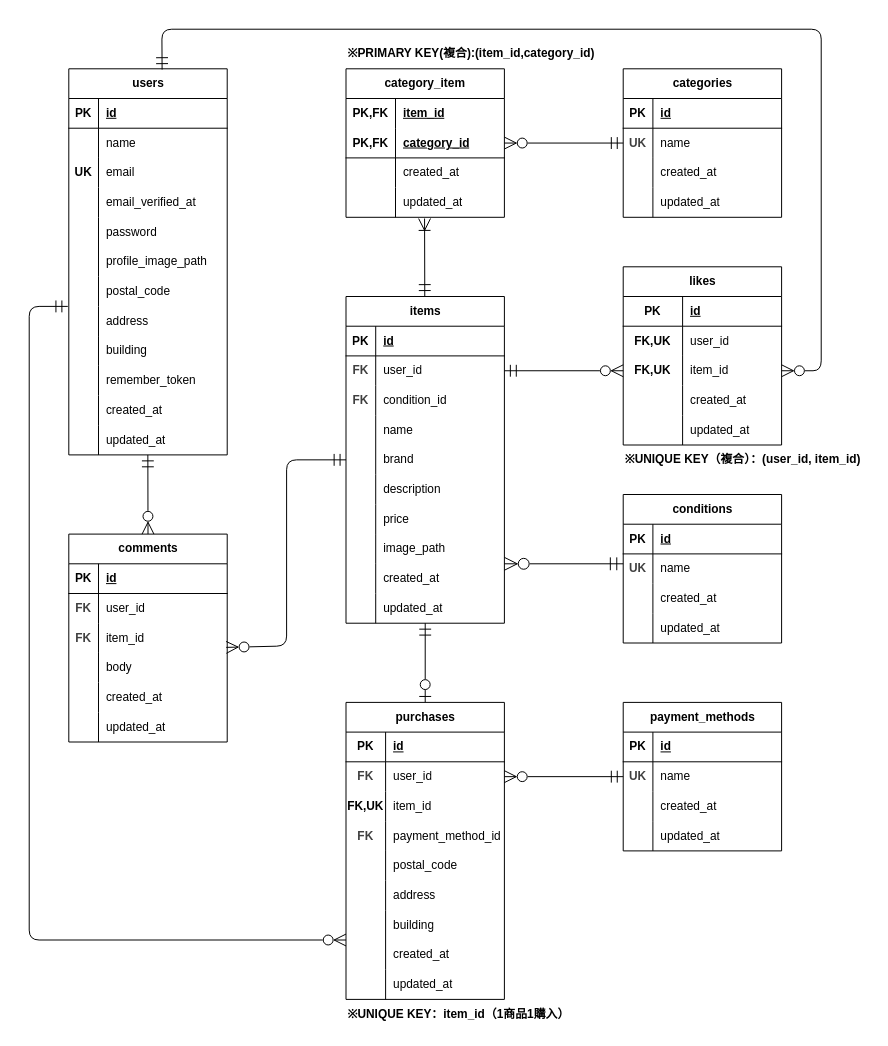
yakhrc5/coachtech_freamarket keeps this draw.io diagram as er.drawio. Above is the earlier version. Source tidied: cells renumbered, new cells numbered last; positions are measured from the earlier drawing's top-left corner, leaving out a move shared by most shapes. Both pictures are drawn from the tidied source at 99%, with x=0, y=0 at pixel (29, 29).
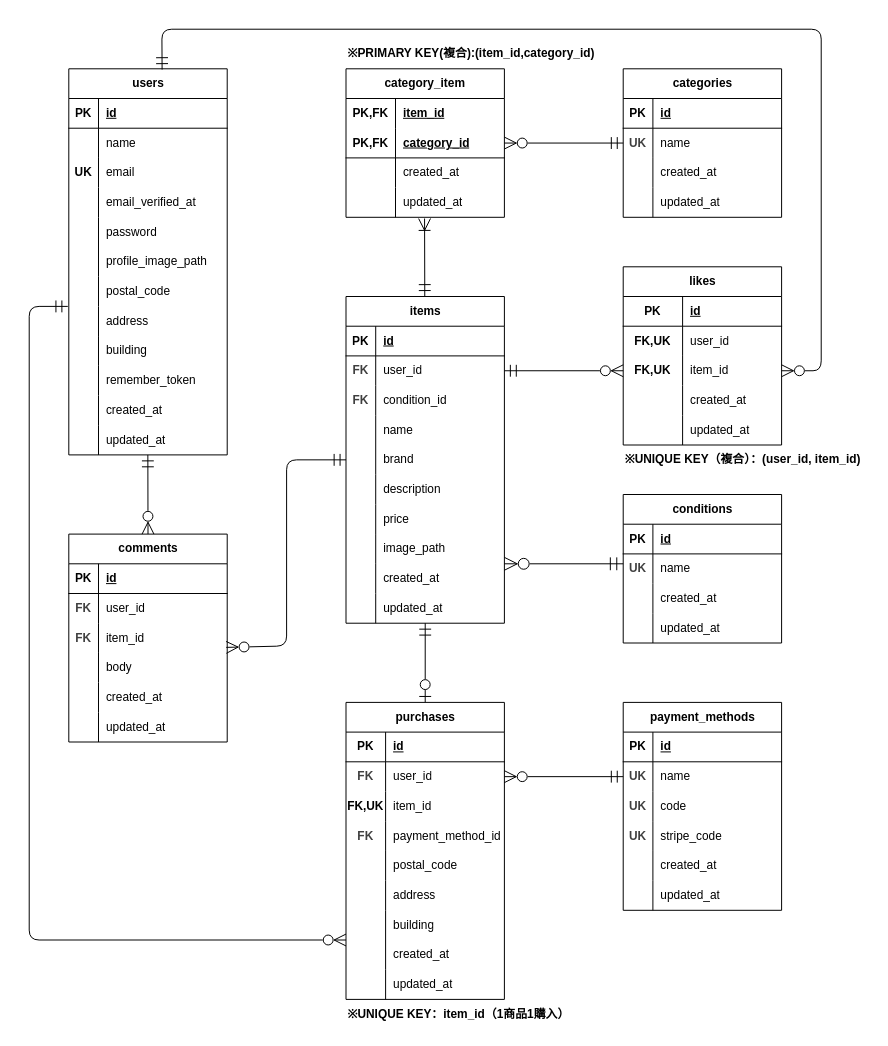
The same page after the edit.

Change to the diagram source:
```diff
@@
     <mxCell id="161" value="payment_methods" style="shape=table;startSize=30;childLayout=tableLayout;rowLines=0;fontStyle=1;align=center;html=1;" parent="1" vertex="1">
-      <mxGeometry x="600" y="680" width="160" height="150" as="geometry" />
+      <mxGeometry x="600" y="680" width="160" height="210" as="geometry" />
     </mxCell>
@@
+    <mxCell id="199" style="shape=tableRow;horizontal=0;startSize=0;swimlaneHead=0;swimlaneBody=0;fillColor=none;top=0;left=0;right=0;bottom=0;" parent="161" vertex="1">
+      <mxGeometry y="90" width="160" height="30" as="geometry" />
+    </mxCell>
+    <mxCell id="200" value="&lt;b style=&quot;scrollbar-color: rgb(226, 226, 226) rgb(251, 251, 251); color: rgb(63, 63, 63);&quot;&gt;UK&lt;/b&gt;" style="shape=partialRectangle;fillColor=none;top=0;left=0;bottom=0;right=0;overflow=hidden;whiteSpace=wrap;html=1;" parent="199" vertex="1">
+      <mxGeometry width="30" height="30" as="geometry" />
+    </mxCell>
+    <mxCell id="201" value="code" style="shape=partialRectangle;fillColor=none;top=0;left=0;bottom=0;right=0;align=left;spacingLeft=6;overflow=hidden;whiteSpace=wrap;html=1;" parent="199" vertex="1">
+      <mxGeometry x="30" width="130" height="30" as="geometry" />
+    </mxCell>
+    <mxCell id="202" style="shape=tableRow;horizontal=0;startSize=0;swimlaneHead=0;swimlaneBody=0;fillColor=none;top=0;left=0;right=0;bottom=0;" parent="161" vertex="1">
+      <mxGeometry y="120" width="160" height="30" as="geometry" />
+    </mxCell>
+    <mxCell id="203" value="&lt;b style=&quot;scrollbar-color: rgb(226, 226, 226) rgb(251, 251, 251); color: rgb(63, 63, 63);&quot;&gt;UK&lt;/b&gt;" style="shape=partialRectangle;fillColor=none;top=0;left=0;bottom=0;right=0;overflow=hidden;whiteSpace=wrap;html=1;" parent="202" vertex="1">
+      <mxGeometry width="30" height="30" as="geometry" />
+    </mxCell>
+    <mxCell id="204" value="stripe_code" style="shape=partialRectangle;fillColor=none;top=0;left=0;bottom=0;right=0;align=left;spacingLeft=6;overflow=hidden;whiteSpace=wrap;html=1;" parent="202" vertex="1">
+      <mxGeometry x="30" width="130" height="30" as="geometry" />
+    </mxCell>
     <mxCell id="168" style="shape=tableRow;horizontal=0;startSize=0;swimlaneHead=0;swimlaneBody=0;fillColor=none;top=0;left=0;right=0;bottom=0;" parent="161" vertex="1">
-      <mxGeometry y="90" width="160" height="30" as="geometry" />
+      <mxGeometry y="150" width="160" height="30" as="geometry" />
     </mxCell>
@@
     <mxCell id="171" style="shape=tableRow;horizontal=0;startSize=0;swimlaneHead=0;swimlaneBody=0;fillColor=none;top=0;left=0;right=0;bottom=0;" parent="161" vertex="1">
-      <mxGeometry y="120" width="160" height="30" as="geometry" />
+      <mxGeometry y="180" width="160" height="30" as="geometry" />
     </mxCell>
```
